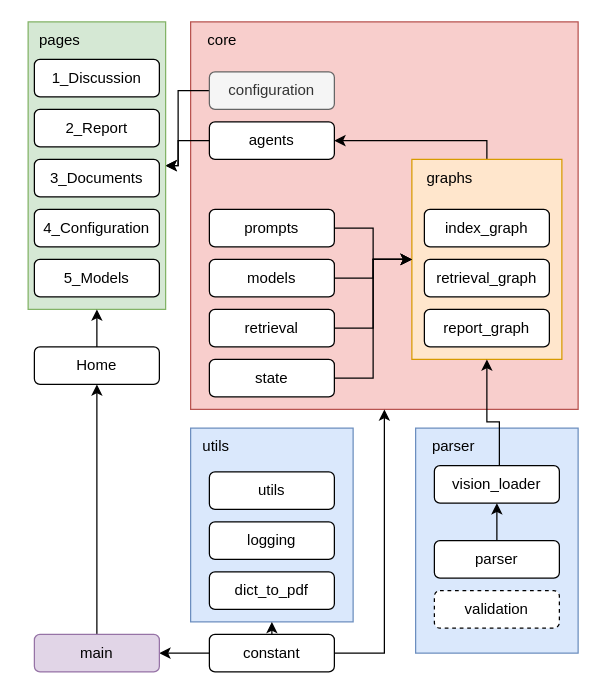
Before: report/static/schemas/projectOverview.drawio in flowbrg/homer, a draw.io diagram. Source tidied: cells renumbered, new cells numbered last; positions are measured from the earlier drawing's top-left corner, leaving out a move shared by most shapes. Both pictures are drawn from the tidied source at 125%, with x=0, y=0 at pixel (21, 21).
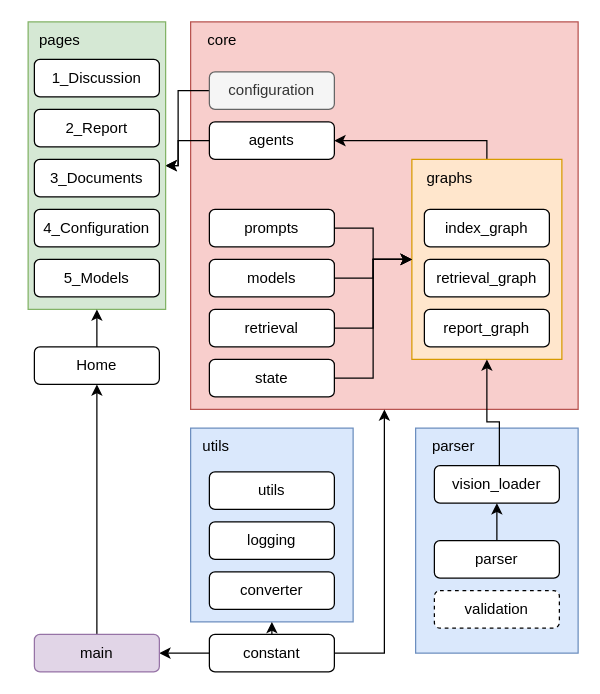
After the change.

Diff of the diagram source:
```diff
@@
-    <mxCell id="35" value="dict_to_pdf" style="rounded=1;whiteSpace=wrap;html=1;" parent="1" vertex="1">
+    <mxCell id="35" value="converter" style="rounded=1;whiteSpace=wrap;html=1;" parent="1" vertex="1">
       <mxGeometry x="150" y="440" width="100" height="30" as="geometry" />
     </mxCell>
```
